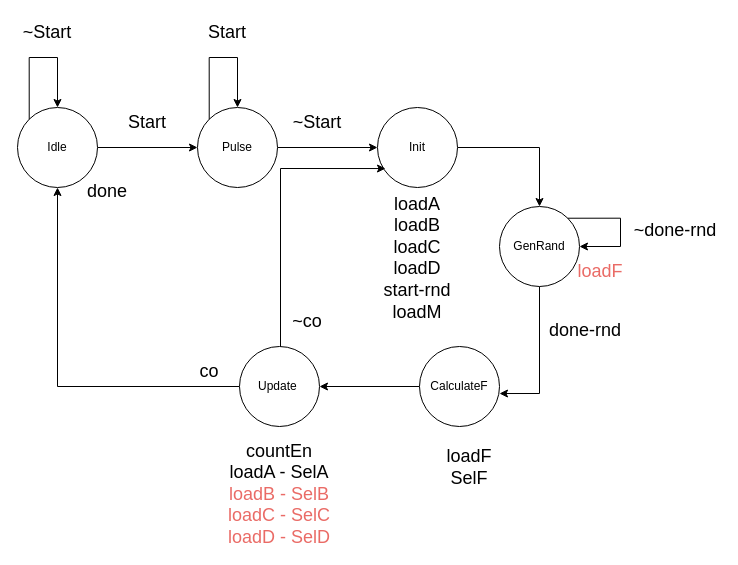
This is CA1/Part2/Design/controller_part2.drawio from imSaDy/CAD, a draw.io file, before an edit. Source tidied: cells renumbered, new cells numbered last; positions are measured from the earlier drawing's top-left corner, leaving out a move shared by most shapes. Both pictures are drawn from the tidied source at 100%, with x=0, y=0 at pixel (17, 17).
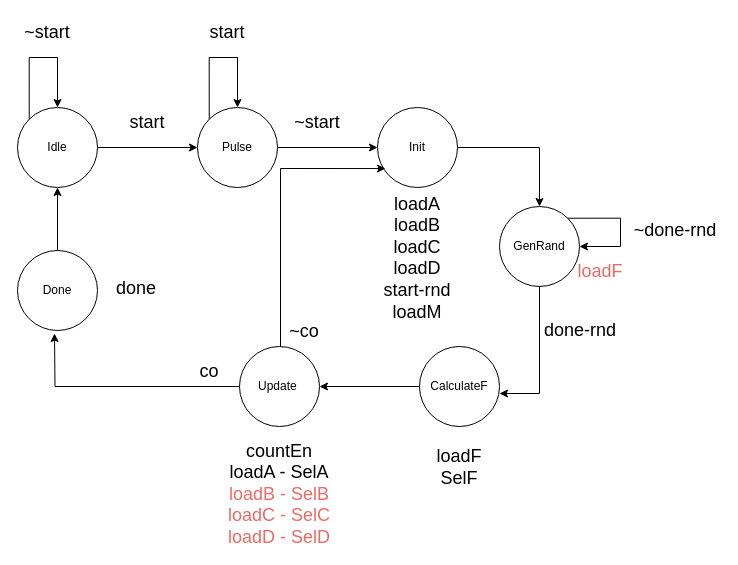
After the change.

Commit message:
Edit part 2 controller design

The change refers to these unchanged cells:
```xml
<mxCell id="3" value="Idle" style="ellipse;whiteSpace=wrap;html=1;" parent="1" vertex="1">
  <mxGeometry y="90" width="80" height="80" as="geometry" />
</mxCell>
<mxCell id="13" value="Update&amp;nbsp;" style="ellipse;whiteSpace=wrap;html=1;" parent="1" vertex="1">
  <mxGeometry x="222" y="329" width="80" height="80" as="geometry" />
</mxCell>
```

Diff of the diagram source:
```diff
@@
-    <mxCell id="12" style="edgeStyle=orthogonalEdgeStyle;rounded=0;jettySize=auto;html=1;entryX=0.5;entryY=1;entryDx=0;entryDy=0;" parent="1" edge="1" source="13" target="3">
-      <mxGeometry relative="1" as="geometry" />
+    <mxCell id="12" style="edgeStyle=orthogonalEdgeStyle;rounded=0;jettySize=auto;html=1;" parent="1" edge="1" source="13">
+      <mxGeometry relative="1" as="geometry">
+        <mxPoint x="37" y="316" as="targetPoint" />
+      </mxGeometry>
     </mxCell>
@@
-    <mxCell id="14" value="&lt;font style=&quot;font-size: 18px;&quot;&gt;Start&lt;/font&gt;" style="text;html=1;align=center;verticalAlign=middle;whiteSpace=wrap;rounded=0;" parent="1" vertex="1">
+    <mxCell id="14" value="&lt;font style=&quot;font-size: 18px;&quot;&gt;start&lt;/font&gt;" style="text;html=1;align=center;verticalAlign=middle;whiteSpace=wrap;rounded=0;" parent="1" vertex="1">
       <mxGeometry x="100" y="90" width="60" height="30" as="geometry" />
     </mxCell>
     <mxCell id="15" value="&lt;font style=&quot;font-size: 18px; color: light-dark(rgb(0, 0, 0), rgb(234, 107, 102));&quot;&gt;done&lt;/font&gt;" style="text;html=1;align=center;verticalAlign=middle;whiteSpace=wrap;rounded=0;" parent="1" vertex="1">
-      <mxGeometry x="60" y="159" width="60" height="30" as="geometry" />
+      <mxGeometry x="89" y="256" width="60" height="30" as="geometry" />
     </mxCell>
@@
-    <mxCell id="17" value="&lt;font style=&quot;font-size: 18px;&quot;&gt;~Start&lt;/font&gt;" style="text;html=1;align=center;verticalAlign=middle;whiteSpace=wrap;rounded=0;" parent="1" vertex="1">
+    <mxCell id="17" value="&lt;font style=&quot;font-size: 18px;&quot;&gt;~start&lt;/font&gt;" style="text;html=1;align=center;verticalAlign=middle;whiteSpace=wrap;rounded=0;" parent="1" vertex="1">
       <mxGeometry x="270" y="90" width="60" height="30" as="geometry" />
     </mxCell>
@@
-    <mxCell id="19" value="&lt;font style=&quot;font-size: 18px;&quot;&gt;Start&lt;/font&gt;" style="text;html=1;align=center;verticalAlign=middle;whiteSpace=wrap;rounded=0;" parent="1" vertex="1">
+    <mxCell id="19" value="&lt;font style=&quot;font-size: 18px;&quot;&gt;start&lt;/font&gt;" style="text;html=1;align=center;verticalAlign=middle;whiteSpace=wrap;rounded=0;" parent="1" vertex="1">
       <mxGeometry x="180" width="60" height="30" as="geometry" />
     </mxCell>
-    <mxCell id="20" value="&lt;font style=&quot;font-size: 18px;&quot;&gt;~Start&lt;/font&gt;" style="text;html=1;align=center;verticalAlign=middle;whiteSpace=wrap;rounded=0;" parent="1" vertex="1">
+    <mxCell id="20" value="&lt;font style=&quot;font-size: 18px;&quot;&gt;~start&lt;/font&gt;" style="text;html=1;align=center;verticalAlign=middle;whiteSpace=wrap;rounded=0;" parent="1" vertex="1">
       <mxGeometry width="60" height="30" as="geometry" />
     </mxCell>
@@
     <mxCell id="23" value="&lt;font style=&quot;font-size: 18px;&quot;&gt;done-rnd&lt;/font&gt;&lt;div&gt;&lt;font style=&quot;font-size: 18px;&quot;&gt;&lt;br&gt;&lt;/font&gt;&lt;/div&gt;" style="text;html=1;align=center;verticalAlign=middle;whiteSpace=wrap;rounded=0;" parent="1" vertex="1">
-      <mxGeometry x="523" y="309" width="90" height="30" as="geometry" />
+      <mxGeometry x="518" y="309" width="90" height="30" as="geometry" />
     </mxCell>
@@
     <mxCell id="25" value="&lt;span style=&quot;font-size: 18px;&quot;&gt;~co&lt;/span&gt;" style="text;html=1;align=center;verticalAlign=middle;whiteSpace=wrap;rounded=0;" parent="1" vertex="1">
-      <mxGeometry x="260" y="289" width="60" height="30" as="geometry" />
+      <mxGeometry x="257" y="299" width="60" height="30" as="geometry" />
     </mxCell>
@@
     <mxCell id="27" value="&lt;font style=&quot;color: light-dark(rgb(0, 0, 0), rgb(234, 107, 102));&quot;&gt;&lt;span style=&quot;font-size: 18px;&quot;&gt;loadF&lt;/span&gt;&lt;/font&gt;&lt;div&gt;&lt;font style=&quot;color: light-dark(rgb(0, 0, 0), rgb(234, 107, 102));&quot;&gt;&lt;span style=&quot;font-size: 18px;&quot;&gt;SelF&lt;/span&gt;&lt;/font&gt;&lt;/div&gt;" style="text;html=1;align=center;verticalAlign=middle;whiteSpace=wrap;rounded=0;" parent="1" vertex="1">
-      <mxGeometry x="422" y="422" width="60" height="55" as="geometry" />
+      <mxGeometry x="412" y="422" width="60" height="55" as="geometry" />
     </mxCell>
-    <mxCell id="28" value="&lt;div&gt;&lt;span style=&quot;font-size: 18px;&quot;&gt;countEn&lt;/span&gt;&lt;/div&gt;&lt;font style=&quot;color: light-dark(rgb(0, 0, 0), rgb(234, 107, 102));&quot;&gt;&lt;span style=&quot;font-size: 18px;&quot;&gt;loadA - SelA&lt;/span&gt;&lt;/font&gt;&lt;div&gt;&lt;font color=&quot;#ea6b66&quot;&gt;&lt;span style=&quot;font-size: 18px;&quot;&gt;loadB - SelB&lt;/span&gt;&lt;/font&gt;&lt;/div&gt;&lt;div&gt;&lt;span style=&quot;color: rgb(234, 107, 102); font-size: 18px;&quot;&gt;loadC - SelC&lt;/span&gt;&lt;/div&gt;&lt;div&gt;&lt;span style=&quot;color: rgb(234, 107, 102); font-size: 18px;&quot;&gt;loadD - SelD&lt;/span&gt;&lt;span style=&quot;color: rgb(234, 107, 102); font-size: 18px;&quot;&gt;&lt;br&gt;&lt;/span&gt;&lt;/div&gt;" style="text;html=1;align=center;verticalAlign=middle;whiteSpace=wrap;rounded=0;" parent="1" vertex="1">
+    <mxCell id="28" value="&lt;div&gt;&lt;span style=&quot;font-size: 18px;&quot;&gt;&lt;font style=&quot;color: light-dark(rgb(0, 0, 0), rgb(234, 107, 102));&quot;&gt;countEn&lt;/font&gt;&lt;/span&gt;&lt;/div&gt;&lt;font style=&quot;color: light-dark(rgb(0, 0, 0), rgb(234, 107, 102));&quot;&gt;&lt;span style=&quot;font-size: 18px;&quot;&gt;loadA - SelA&lt;/span&gt;&lt;/font&gt;&lt;div&gt;&lt;font color=&quot;#ea6b66&quot;&gt;&lt;span style=&quot;font-size: 18px;&quot;&gt;loadB - SelB&lt;/span&gt;&lt;/font&gt;&lt;/div&gt;&lt;div&gt;&lt;span style=&quot;color: rgb(234, 107, 102); font-size: 18px;&quot;&gt;loadC - SelC&lt;/span&gt;&lt;/div&gt;&lt;div&gt;&lt;span style=&quot;color: rgb(234, 107, 102); font-size: 18px;&quot;&gt;loadD - SelD&lt;/span&gt;&lt;span style=&quot;color: rgb(234, 107, 102); font-size: 18px;&quot;&gt;&lt;br&gt;&lt;/span&gt;&lt;/div&gt;" style="text;html=1;align=center;verticalAlign=middle;whiteSpace=wrap;rounded=0;" parent="1" vertex="1">
       <mxGeometry x="197" y="449" width="130" height="55" as="geometry" />
     </mxCell>
@@
+    <mxCell id="31" style="edgeStyle=orthogonalEdgeStyle;rounded=0;jettySize=auto;html=1;" parent="1" edge="1" source="32" target="3">
+      <mxGeometry relative="1" as="geometry" />
+    </mxCell>
+    <mxCell id="32" value="Done" style="ellipse;whiteSpace=wrap;html=1;" parent="1" vertex="1">
+      <mxGeometry y="233" width="80" height="80" as="geometry" />
+    </mxCell>
```
